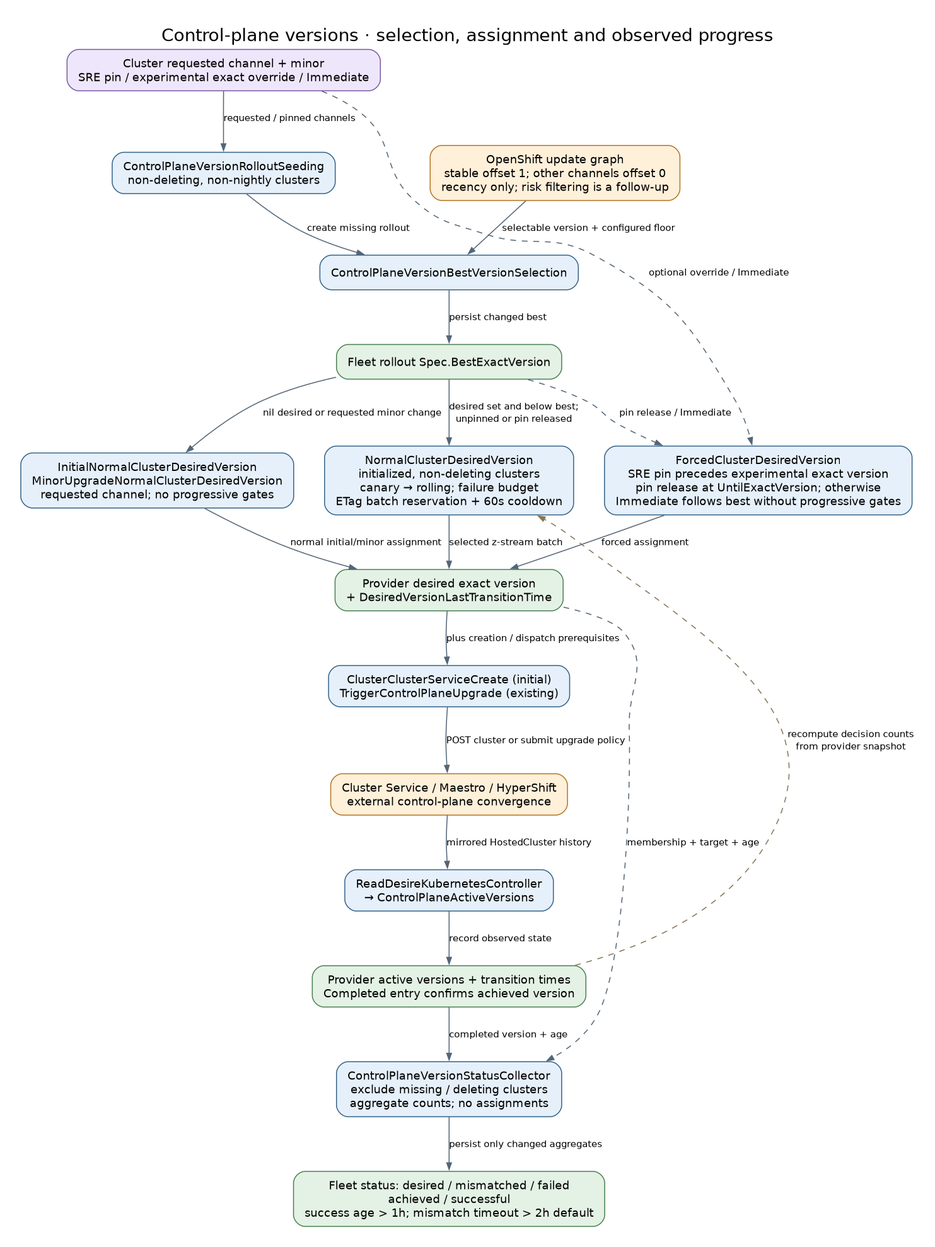
Above: docs/diagrams/controller-flows/control-plane-version-rollout.png in Azure/ARO-HCP (Graphviz), before the change. Its source is kept beside it as docs/diagrams/controller-flows/control-plane-version-rollout.dot.
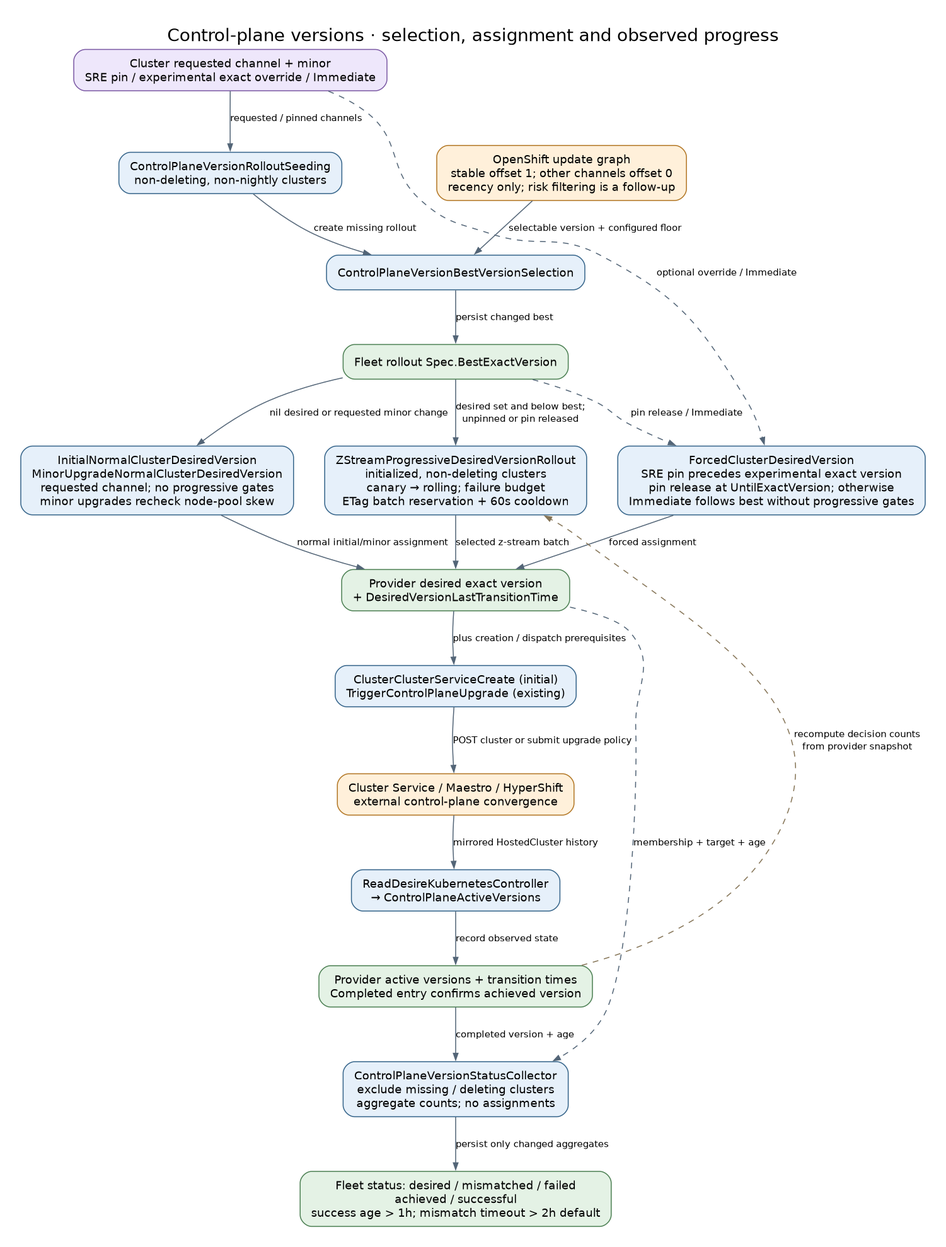
After the commit.

The edit, as a diff of the source:
```diff
@@ -7,8 +7,8 @@
   best [label="ControlPlaneVersionBestVersionSelection"];
   updategraph [label="OpenShift update graph\nstable offset 1; other channels offset 0\nrecency only; risk filtering is a follow-up", fillcolor="#fff0da", color="#b27624"];
   target [label="Fleet rollout Spec.BestExactVersion", fillcolor="#e4f2e5", color="#4c8053"];
-  initial [label="InitialNormalClusterDesiredVersion\nMinorUpgradeNormalClusterDesiredVersion\nrequested channel; no progressive gates"];
-  normal [label="NormalClusterDesiredVersion\ninitialized, non-deleting clusters\ncanary → rolling; failure budget\nETag batch reservation + 60s cooldown"];
+  initial [label="InitialNormalClusterDesiredVersion\nMinorUpgradeNormalClusterDesiredVersion\nrequested channel; no progressive gates\nminor upgrades recheck node-pool skew"];
+  normal [label="ZStreamProgressiveDesiredVersionRollout\ninitialized, non-deleting clusters\ncanary → rolling; failure budget\nETag batch reservation + 60s cooldown"];
   forced [label="ForcedClusterDesiredVersion\nSRE pin precedes experimental exact version\npin release at UntilExactVersion; otherwise\nImmediate follows best without progressive gates"];
   desired [label="Provider desired exact version\n+ DesiredVersionLastTransitionTime", fillcolor="#e4f2e5", color="#4c8053"];
   dispatch [label="ClusterClusterServiceCreate (initial)\nTriggerControlPlaneUpgrade (existing)"];
```
